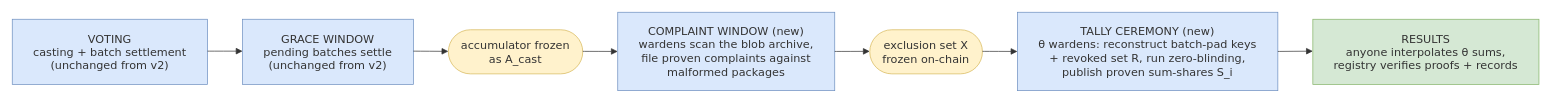
vocdoni/davinci-paper keeps this draw.io diagram as v3-pq/figures/src/timeline.drawio. Above is the earlier version. Source tidied: cells renumbered, new cells numbered last; positions are measured from the earlier drawing's top-left corner, leaving out a move shared by most shapes. Both pictures are drawn from the tidied source at 70%, with x=0, y=0 at pixel (12, 12).
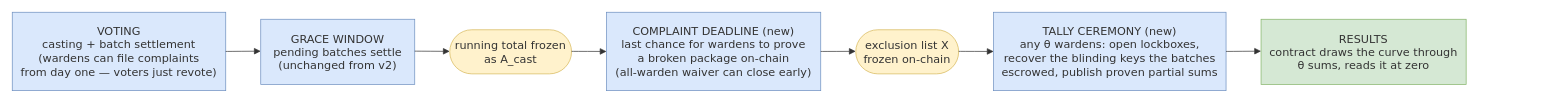
The same diagram, later.

Diff of the diagram source:
```diff
@@
 <mxGraphModel>
   <root>
     <mxCell id="0" />
     <mxCell id="1" parent="0" />
-    <mxCell id="2" value="VOTING&#10;casting + batch settlement&#10;(unchanged from v2)" style="html=1;whiteSpace=wrap;strokeWidth=1;fillColor=#dae8fc;strokeColor=#6c8ebf;fontColor=light-dark(#333333,#cccccc);fontFamily=Trebuchet MS,Verdana,Arial,sans-serif;fontSize=16;" parent="1" vertex="1">
-      <mxGeometry y="10" width="279" height="93" as="geometry" />
+    <mxCell id="2" value="VOTING&#10;casting + batch settlement&#10;(wardens can file complaints&#10;from day one — voters just revote)" style="html=1;whiteSpace=wrap;strokeWidth=1;fillColor=#dae8fc;strokeColor=#6c8ebf;fontColor=light-dark(#333333,#cccccc);fontFamily=Trebuchet MS,Verdana,Arial,sans-serif;fontSize=16;" parent="1" vertex="1">
+      <mxGeometry width="305" height="112" as="geometry" />
     </mxCell>
     <mxCell id="3" value="GRACE WINDOW&#10;pending batches settle&#10;(unchanged from v2)" style="html=1;whiteSpace=wrap;strokeWidth=1;fillColor=#dae8fc;strokeColor=#6c8ebf;fontColor=light-dark(#333333,#cccccc);fontFamily=Trebuchet MS,Verdana,Arial,sans-serif;fontSize=16;" parent="1" vertex="1">
-      <mxGeometry x="329" y="10" width="244" height="93" as="geometry" />
+      <mxGeometry x="355" y="10" width="220" height="93" as="geometry" />
     </mxCell>
-    <mxCell id="4" value="accumulator frozen&#10;as A_cast" style="html=1;rounded=1;whiteSpace=wrap;arcSize=50;strokeWidth=1;fillColor=#fff2cc;strokeColor=#d6b656;fontColor=light-dark(#333333,#cccccc);fontFamily=Trebuchet MS,Verdana,Arial,sans-serif;fontSize=16;" parent="1" vertex="1">
-      <mxGeometry x="623" y="25" width="192" height="63" as="geometry" />
+    <mxCell id="4" value="running total frozen&#10;as A_cast" style="html=1;rounded=1;whiteSpace=wrap;arcSize=50;strokeWidth=1;fillColor=#fff2cc;strokeColor=#d6b656;fontColor=light-dark(#333333,#cccccc);fontFamily=Trebuchet MS,Verdana,Arial,sans-serif;fontSize=16;" parent="1" vertex="1">
+      <mxGeometry x="625" y="25" width="174" height="63" as="geometry" />
     </mxCell>
-    <mxCell id="5" value="COMPLAINT WINDOW (new)&#10;wardens scan the blob archive,&#10;file proven complaints against&#10;malformed packages" style="html=1;whiteSpace=wrap;strokeWidth=1;fillColor=#dae8fc;strokeColor=#6c8ebf;fontColor=light-dark(#333333,#cccccc);fontFamily=Trebuchet MS,Verdana,Arial,sans-serif;fontSize=16;" parent="1" vertex="1">
-      <mxGeometry x="865" width="310" height="112" as="geometry" />
+    <mxCell id="5" value="COMPLAINT DEADLINE (new)&#10;last chance for wardens to prove&#10;a broken package on-chain&#10;(all-warden waiver can close early)" style="html=1;whiteSpace=wrap;strokeWidth=1;fillColor=#dae8fc;strokeColor=#6c8ebf;fontColor=light-dark(#333333,#cccccc);fontFamily=Trebuchet MS,Verdana,Arial,sans-serif;fontSize=16;" parent="1" vertex="1">
+      <mxGeometry x="849" width="306" height="112" as="geometry" />
     </mxCell>
-    <mxCell id="6" value="exclusion set X&#10;frozen on-chain" style="html=1;rounded=1;whiteSpace=wrap;arcSize=50;strokeWidth=1;fillColor=#fff2cc;strokeColor=#d6b656;fontColor=light-dark(#333333,#cccccc);fontFamily=Trebuchet MS,Verdana,Arial,sans-serif;fontSize=16;" parent="1" vertex="1">
-      <mxGeometry x="1225" y="25" width="161" height="63" as="geometry" />
+    <mxCell id="6" value="exclusion list X&#10;frozen on-chain" style="html=1;rounded=1;whiteSpace=wrap;arcSize=50;strokeWidth=1;fillColor=#fff2cc;strokeColor=#d6b656;fontColor=light-dark(#333333,#cccccc);fontFamily=Trebuchet MS,Verdana,Arial,sans-serif;fontSize=16;" parent="1" vertex="1">
+      <mxGeometry x="1205" y="25" width="147" height="63" as="geometry" />
     </mxCell>
-    <mxCell id="7" value="TALLY CEREMONY (new)&#10;θ wardens: reconstruct batch-pad keys&#10;+ revoked set R, run zero-blinding,&#10;publish proven sum-shares S_i" style="html=1;whiteSpace=wrap;strokeWidth=1;fillColor=#dae8fc;strokeColor=#6c8ebf;fontColor=light-dark(#333333,#cccccc);fontFamily=Trebuchet MS,Verdana,Arial,sans-serif;fontSize=16;" parent="1" vertex="1">
-      <mxGeometry x="1436" width="372" height="112" as="geometry" />
+    <mxCell id="7" value="TALLY CEREMONY (new)&#10;any θ wardens: open lockboxes,&#10;recover the blinding keys the batches&#10;escrowed, publish proven partial sums" style="html=1;whiteSpace=wrap;strokeWidth=1;fillColor=#dae8fc;strokeColor=#6c8ebf;fontColor=light-dark(#333333,#cccccc);fontFamily=Trebuchet MS,Verdana,Arial,sans-serif;fontSize=16;" parent="1" vertex="1">
+      <mxGeometry x="1402" width="332" height="112" as="geometry" />
     </mxCell>
-    <mxCell id="8" value="RESULTS&#10;anyone interpolates θ sums,&#10;registry verifies proofs + records" style="html=1;whiteSpace=wrap;strokeWidth=1;fillColor=#d5e8d4;strokeColor=#82b366;fontColor=light-dark(#333333,#cccccc);fontFamily=Trebuchet MS,Verdana,Arial,sans-serif;fontSize=16;" parent="1" vertex="1">
-      <mxGeometry x="1858" y="10" width="323" height="93" as="geometry" />
+    <mxCell id="8" value="RESULTS&#10;contract draws the curve through&#10;θ sums, reads it at zero" style="html=1;whiteSpace=wrap;strokeWidth=1;fillColor=#d5e8d4;strokeColor=#82b366;fontColor=light-dark(#333333,#cccccc);fontFamily=Trebuchet MS,Verdana,Arial,sans-serif;fontSize=16;" parent="1" vertex="1">
+      <mxGeometry x="1784" y="10" width="293" height="93" as="geometry" />
     </mxCell>
-    <mxCell id="9" style="curved=1;startArrow=none;endArrow=block;endSize=7;strokeColor=light-dark(#333333,#cccccc);exitX=1;exitY=0.49;entryX=0;entryY=0.49;" parent="1" edge="1" source="2" target="3">
+    <mxCell id="9" style="curved=1;startArrow=none;endArrow=block;endSize=7;strokeColor=light-dark(#333333,#cccccc);exitX=1;exitY=0.5;entryX=0;entryY=0.49;" parent="1" edge="1" source="2" target="3">
       <mxGeometry relative="1" as="geometry" />
     </mxCell>
     <mxCell id="10" style="curved=1;startArrow=none;endArrow=block;endSize=7;strokeColor=light-dark(#333333,#cccccc);exitX=1;exitY=0.49;entryX=0;entryY=0.49;" parent="1" edge="1" source="3" target="4">
       <mxGeometry relative="1" as="geometry" />
     </mxCell>
     <mxCell id="11" style="curved=1;startArrow=none;endArrow=block;endSize=7;strokeColor=light-dark(#333333,#cccccc);exitX=1;exitY=0.49;entryX=0;entryY=0.5;" parent="1" edge="1" source="4" target="5">
       <mxGeometry relative="1" as="geometry" />
     </mxCell>
     <mxCell id="12" style="curved=1;startArrow=none;endArrow=block;endSize=7;strokeColor=light-dark(#333333,#cccccc);exitX=1;exitY=0.5;entryX=0;entryY=0.49;" parent="1" edge="1" source="5" target="6">
       <mxGeometry relative="1" as="geometry" />
     </mxCell>
     <mxCell id="13" style="curved=1;startArrow=none;endArrow=block;endSize=7;strokeColor=light-dark(#333333,#cccccc);exitX=1;exitY=0.49;entryX=0;entryY=0.5;" parent="1" edge="1" source="6" target="7">
       <mxGeometry relative="1" as="geometry" />
     </mxCell>
     <mxCell id="14" style="curved=1;startArrow=none;endArrow=block;endSize=7;strokeColor=light-dark(#333333,#cccccc);exitX=1;exitY=0.5;entryX=0;entryY=0.49;" parent="1" edge="1" source="7" target="8">
       <mxGeometry relative="1" as="geometry" />
     </mxCell>
   </root>
 </mxGraphModel>
```
